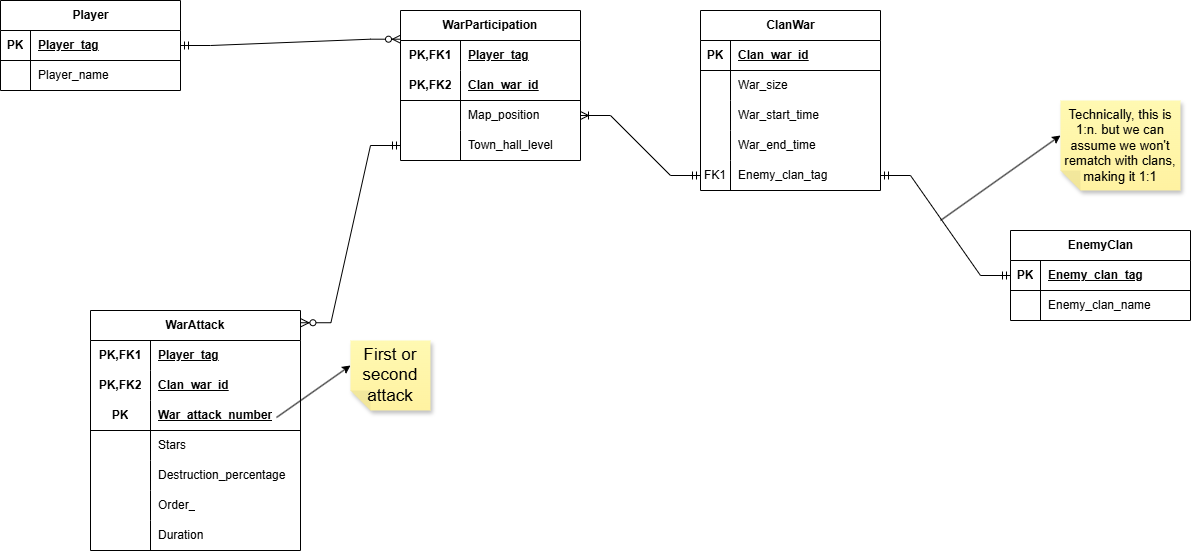
Earlier version of the draw.io export DatabaseResources/ER.drawio.png (Tyeres/coc-war-analytics). Source tidied: cells renumbered, new cells last; positions are measured from the earlier drawing's top-left corner, leaving out a move shared by most shapes.
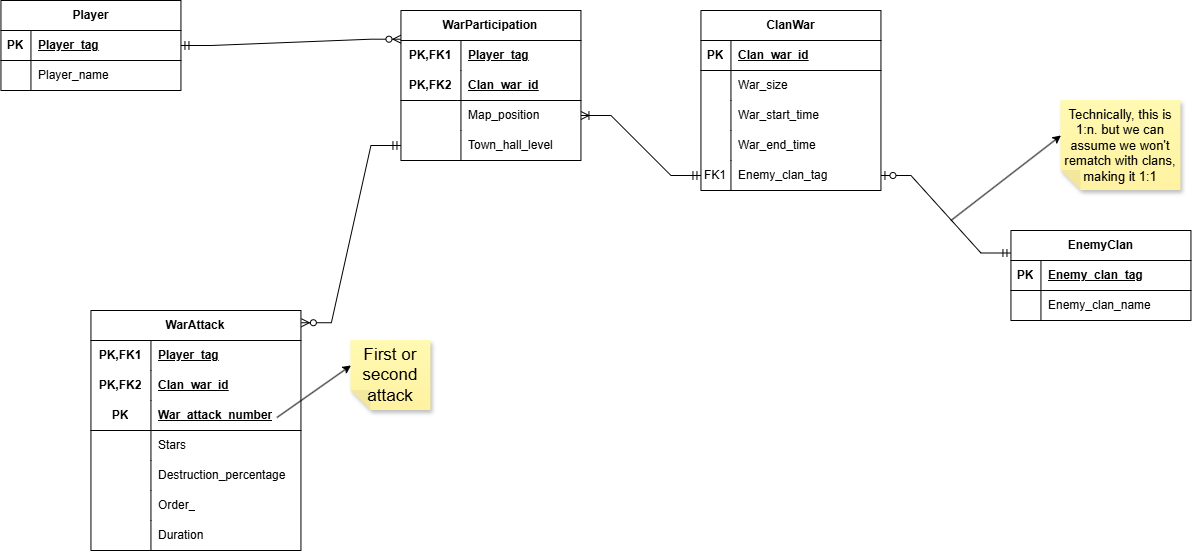
The same file after the commit.

Diff of the diagram source:
```diff
@@ -197,7 +197,7 @@
     </mxCell>
     <mxCell id="65" style="endArrow=classic;html=1;rounded=0;entryX=0;entryY=0;entryDx=120;entryDy=55;entryPerimeter=0;" parent="1" edge="1" target="64">
       <mxGeometry relative="1" as="geometry">
-        <mxPoint x="940" y="220" as="sourcePoint" />
+        <mxPoint x="950" y="220" as="sourcePoint" />
       </mxGeometry>
     </mxCell>
     <mxCell id="66" style="edgeStyle=entityRelationEdgeStyle;fontSize=12;html=1;endArrow=ERoneToMany;startArrow=ERmandOne;rounded=0;exitX=0;exitY=0.5;exitDx=0;exitDy=0;entryX=1;entryY=0.5;entryDx=0;entryDy=0;" parent="1" edge="1" source="36" target="17">
@@ -224,8 +224,8 @@
     <mxCell id="73" value="Enemy_clan_name" style="shape=partialRectangle;fillColor=none;top=0;left=0;bottom=0;right=0;align=left;spacingLeft=6;overflow=hidden;whiteSpace=wrap;html=1;" parent="71" vertex="1">
       <mxGeometry x="30" width="150" height="30" as="geometry" />
     </mxCell>
-    <mxCell id="74" style="edgeStyle=entityRelationEdgeStyle;fontSize=12;html=1;endArrow=ERmandOne;startArrow=ERmandOne;rounded=0;entryX=0;entryY=0.5;entryDx=0;entryDy=0;exitX=1;exitY=0.5;exitDx=0;exitDy=0;" parent="1" edge="1" source="36" target="68">
-      <mxGeometry relative="1" as="geometry" />
-    </mxCell>
+    <mxCell id="75" style="edgeStyle=entityRelationEdgeStyle;fontSize=12;html=1;endArrow=ERzeroToOne;startArrow=ERmandOne;rounded=0;entryX=1;entryY=0.5;entryDx=0;entryDy=0;exitX=0;exitY=0.25;exitDx=0;exitDy=0;" parent="1" edge="1" source="67" target="36">
+      <mxGeometry relative="1" as="geometry" />
+    </mxCell>
   </root>
 </mxGraphModel>
```
